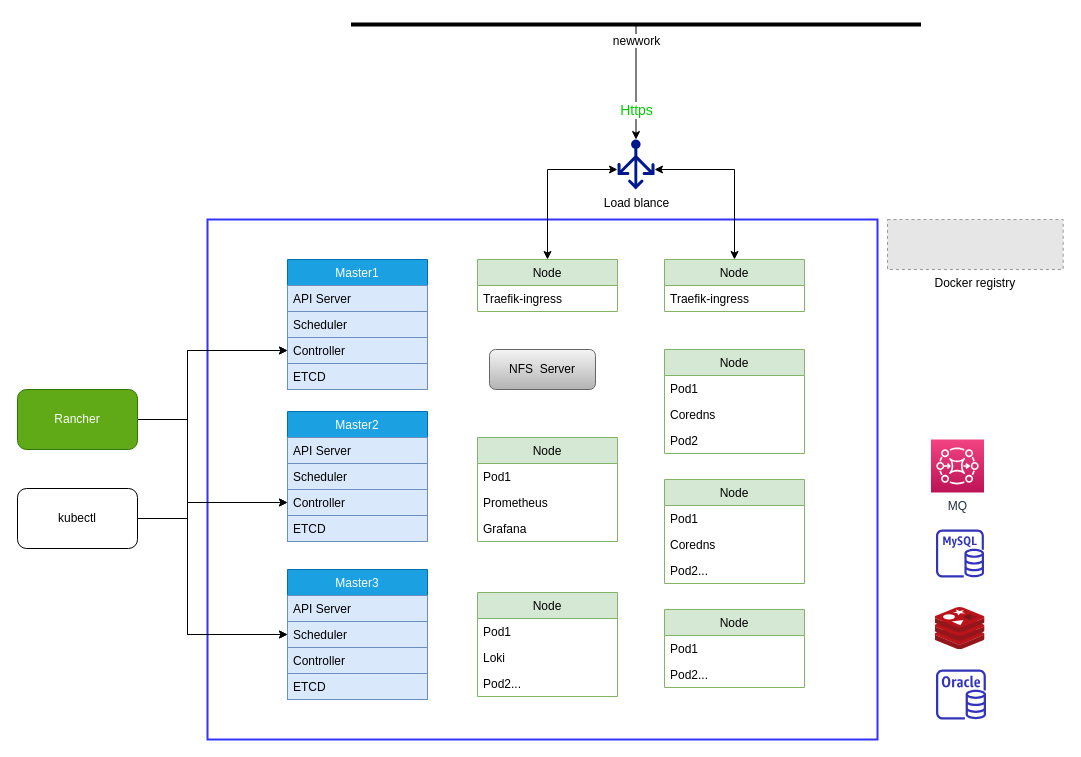
Before: Untitled Diagram.drawio in jgaybjone/document, a draw.io diagram. Source tidied: cells renumbered, new cells numbered last; positions are measured from the earlier drawing's top-left corner, leaving out a move shared by most shapes. Both pictures are drawn from the tidied source at 100%, with x=0, y=0 at pixel (17, 19). Pictures stored in the file or linked from it are replaced by grey dashed boxes.
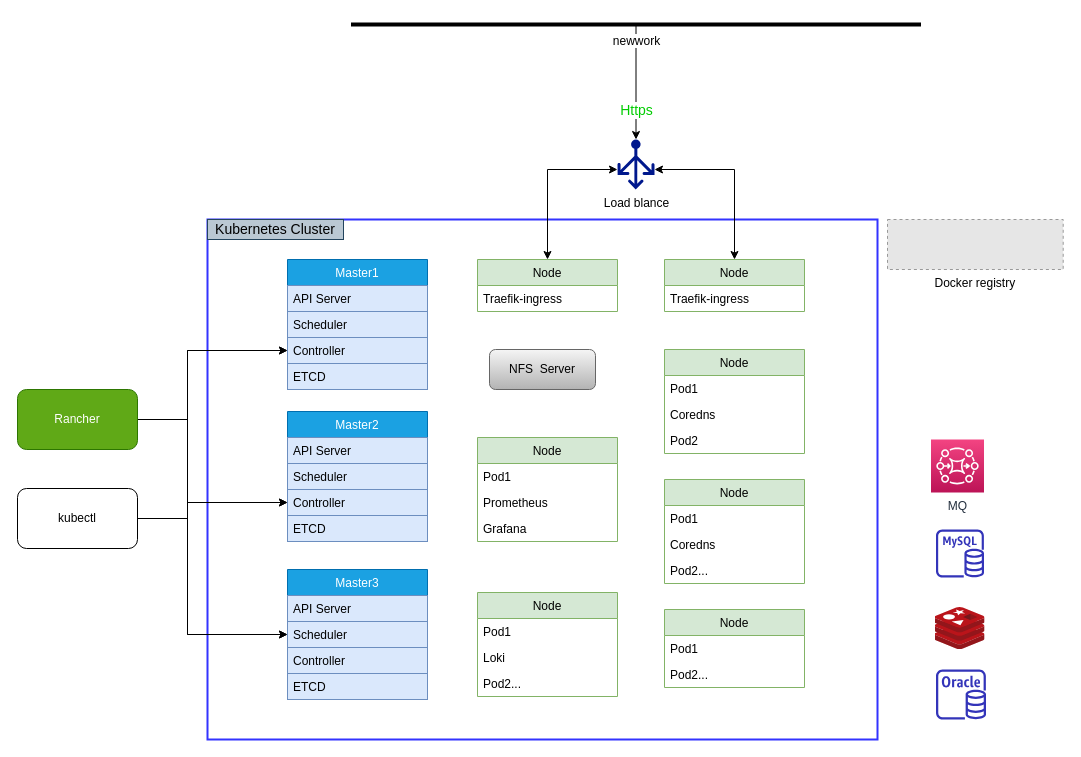
The same diagram, later.

What changed in the source:
```diff
@@
+    <mxCell id="61" value="Kubernetes Cluster" style="text;html=1;align=center;verticalAlign=middle;whiteSpace=wrap;rounded=0;fontSize=14;fillColor=#bac8d3;strokeColor=#23445d;" parent="1" vertex="1">
+      <mxGeometry x="190" y="200" width="136" height="20" as="geometry" />
+    </mxCell>
```
